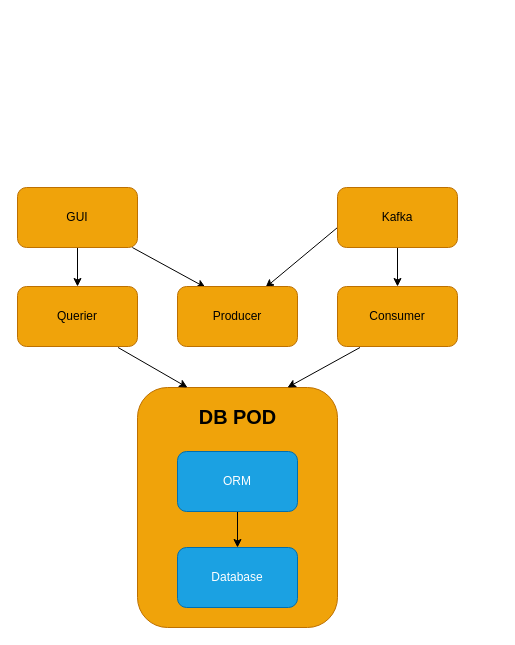
Earlier version of the draw.io diagram docs/images/diagram.dio (davidswisa/multiple-containers-in-pod). Source tidied: cells renumbered, new cells numbered last; positions are measured from the earlier drawing's top-left corner, leaving out a move shared by most shapes. Both pictures are drawn from the tidied source at 100%, with x=0, y=0 at pixel (17, 187).
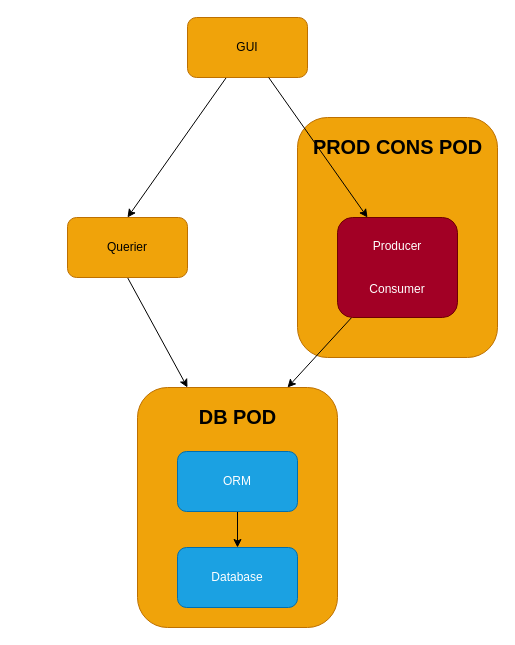
Above is the later version.

The change refers to these unchanged cells:
```xml
<mxCell id="2" style="rounded=1;whiteSpace=wrap;html=1;fillColor=#f0a30a;fontColor=#000000;strokeColor=#BD7000;" parent="1" vertex="1">
  <mxGeometry x="120" y="200" width="200" height="240" as="geometry" />
</mxCell>
```

Diff of the diagram source:
```diff
@@
-    <mxCell id="3" style="edgeStyle=none;html=1;entryX=0.25;entryY=0;entryDx=0;entryDy=0;" parent="1" edge="1" target="2">
-      <mxGeometry relative="1" as="geometry">
-        <mxPoint x="100.6" y="160" as="sourcePoint" />
-      </mxGeometry>
+    <mxCell id="3" style="edgeStyle=none;html=1;entryX=0.25;entryY=0;entryDx=0;entryDy=0;exitX=0.5;exitY=1;exitDx=0;exitDy=0;" parent="1" edge="1" source="14" target="2">
+      <mxGeometry relative="1" as="geometry" />
     </mxCell>
-    <mxCell id="4" style="edgeStyle=none;html=1;entryX=0.75;entryY=0;entryDx=0;entryDy=0;" parent="1" edge="1" target="2">
-      <mxGeometry relative="1" as="geometry">
-        <mxPoint x="342.5" y="160" as="sourcePoint" />
-      </mxGeometry>
-    </mxCell>
@@
-    <mxCell id="8" style="edgeStyle=none;html=1;entryX=0.25;entryY=0;entryDx=0;entryDy=0;" parent="1" edge="1" source="10">
-      <mxGeometry relative="1" as="geometry">
-        <mxPoint x="188" y="100" as="targetPoint" />
-      </mxGeometry>
-    </mxCell>
@@
     <mxCell id="10" value="GUI" style="rounded=1;whiteSpace=wrap;html=1;fillColor=#f0a30a;fontColor=#000000;strokeColor=#BD7000;" parent="1" vertex="1">
-      <mxGeometry width="120" height="60" as="geometry" />
+      <mxGeometry x="170" y="-170" width="120" height="60" as="geometry" />
     </mxCell>
+    <mxCell id="14" value="Querier" style="rounded=1;whiteSpace=wrap;html=1;fillColor=#f0a30a;fontColor=#000000;strokeColor=#BD7000;" parent="1" vertex="1">
+      <mxGeometry x="50" y="30" width="120" height="60" as="geometry" />
+    </mxCell>
+    <mxCell id="17" value="&lt;h5&gt;DB POD&lt;/h5&gt;" style="text;html=1;fontSize=24;fontStyle=1;verticalAlign=middle;align=center;fillColor=none;shadow=1;fontColor=#000000;" parent="1" vertex="1">
+      <mxGeometry x="170" y="210" width="100" height="40" as="geometry" />
+    </mxCell>
+    <mxCell id="18" style="rounded=1;whiteSpace=wrap;html=1;fillColor=#f0a30a;fontColor=#000000;strokeColor=#BD7000;" parent="1" vertex="1">
+      <mxGeometry x="280" y="-70" width="200" height="240" as="geometry" />
+    </mxCell>
+    <mxCell id="19" style="edgeStyle=none;html=1;entryX=0.75;entryY=0;entryDx=0;entryDy=0;" parent="1" edge="1" source="11" target="2">
+      <mxGeometry relative="1" as="geometry" />
+    </mxCell>
-    <mxCell id="11" value="Consumer" style="whiteSpace=wrap;html=1;rounded=1;fillColor=#f0a30a;fontColor=#000000;strokeColor=#BD7000;" parent="1" vertex="1">
-      <mxGeometry x="320" y="99" width="120" height="60" as="geometry" />
+    <mxCell id="11" value="Producer&lt;br&gt;&lt;br&gt;&lt;br&gt;Consumer" style="whiteSpace=wrap;html=1;rounded=1;fillColor=#a20025;fontColor=#ffffff;strokeColor=#6F0000;" parent="1" vertex="1">
+      <mxGeometry x="320" y="30" width="120" height="100" as="geometry" />
     </mxCell>
-    <mxCell id="12" style="edgeStyle=none;html=1;entryX=0.5;entryY=0;entryDx=0;entryDy=0;" parent="1" edge="1" target="11">
-      <mxGeometry relative="1" as="geometry">
-        <mxPoint x="380" y="20" as="sourcePoint" />
-      </mxGeometry>
-    </mxCell>
-    <mxCell id="13" style="edgeStyle=none;html=1;entryX=0.75;entryY=0;entryDx=0;entryDy=0;" parent="1" edge="1">
-      <mxGeometry relative="1" as="geometry">
-        <mxPoint x="344" y="20" as="sourcePoint" />
-        <mxPoint x="248" y="100" as="targetPoint" />
-      </mxGeometry>
-    </mxCell>
-    <mxCell id="14" value="Querier" style="rounded=1;whiteSpace=wrap;html=1;fillColor=#f0a30a;fontColor=#000000;strokeColor=#BD7000;" parent="1" vertex="1">
-      <mxGeometry y="99" width="120" height="60" as="geometry" />
-    </mxCell>
-    <mxCell id="15" value="Producer" style="whiteSpace=wrap;html=1;rounded=1;fillColor=#f0a30a;fontColor=#000000;strokeColor=#BD7000;" parent="1" vertex="1">
-      <mxGeometry x="160" y="99" width="120" height="60" as="geometry" />
-    </mxCell>
-    <mxCell id="16" value="Kafka" style="whiteSpace=wrap;html=1;rounded=1;fillColor=#f0a30a;fontColor=#000000;strokeColor=#BD7000;" parent="1" vertex="1">
-      <mxGeometry x="320" width="120" height="60" as="geometry" />
-    </mxCell>
-    <mxCell id="17" value="&lt;h5&gt;DB POD&lt;/h5&gt;" style="text;html=1;fontSize=24;fontStyle=1;verticalAlign=middle;align=center;fillColor=none;shadow=1;fontColor=#000000;" parent="1" vertex="1">
-      <mxGeometry x="170" y="210" width="100" height="40" as="geometry" />
-    </mxCell>
+    <mxCell id="8" style="edgeStyle=none;html=1;entryX=0.25;entryY=0;entryDx=0;entryDy=0;" parent="1" edge="1" source="10" target="11">
+      <mxGeometry relative="1" as="geometry" />
+    </mxCell>
+    <mxCell id="20" value="&lt;h5&gt;PROD CONS POD&lt;/h5&gt;" style="text;html=1;fontSize=24;fontStyle=1;verticalAlign=middle;align=center;fillColor=none;shadow=1;fontColor=#000000;" parent="1" vertex="1">
+      <mxGeometry x="330" y="-60" width="100" height="40" as="geometry" />
+    </mxCell>
```
